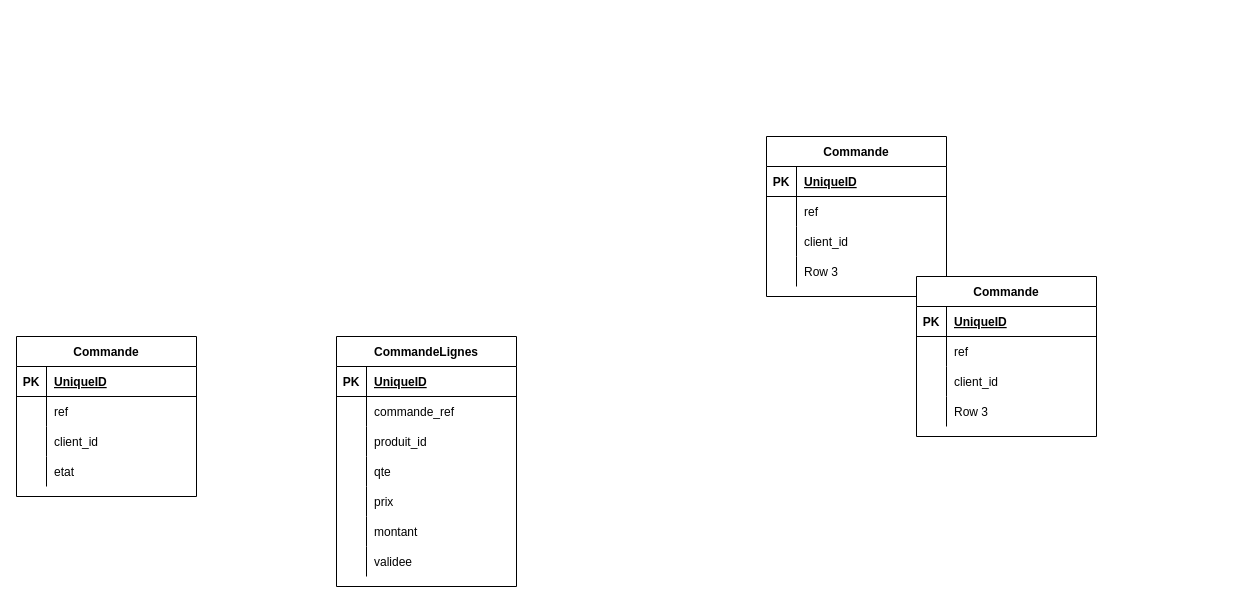
This is logistics database.drawio from hbenflouka/diagrames, a draw.io file, before an edit. Source tidied: cells renumbered, new cells numbered last; positions are measured from the earlier drawing's top-left corner, leaving out a move shared by most shapes. Both pictures are drawn from the tidied source at 100%, with x=0, y=0 at pixel (16, 136).
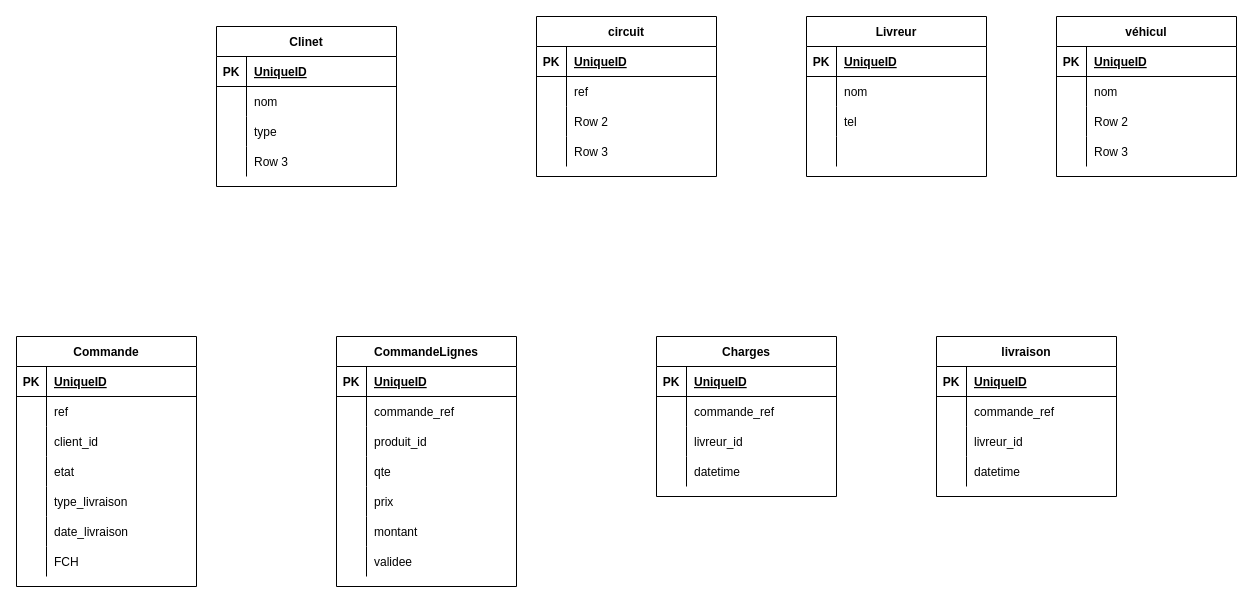
The same page after the edit.

Unchanged cells that the change refers to:
```xml
<mxCell id="19" style="shape=tableRow;horizontal=0;startSize=0;swimlaneHead=0;swimlaneBody=0;fillColor=none;top=0;left=0;right=0;bottom=0;" parent="15" vertex="1">
  <mxGeometry y="60" width="180" height="30" as="geometry" />
</mxCell>
<mxCell id="22" style="shape=tableRow;horizontal=0;startSize=0;swimlaneHead=0;swimlaneBody=0;fillColor=none;top=0;left=0;right=0;bottom=0;" parent="15" vertex="1">
  <mxGeometry y="90" width="180" height="30" as="geometry" />
</mxCell>
<mxCell id="25" style="shape=tableRow;horizontal=0;startSize=0;swimlaneHead=0;swimlaneBody=0;fillColor=none;top=0;left=0;right=0;bottom=0;" parent="15" vertex="1">
  <mxGeometry y="120" width="180" height="30" as="geometry" />
</mxCell>
<mxCell id="32" style="shape=tableRow;horizontal=0;startSize=0;swimlaneHead=0;swimlaneBody=0;fillColor=none;top=0;left=0;right=0;bottom=0;" parent="28" vertex="1">
  <mxGeometry y="60" width="180" height="30" as="geometry" />
</mxCell>
<mxCell id="35" style="shape=tableRow;horizontal=0;startSize=0;swimlaneHead=0;swimlaneBody=0;fillColor=none;top=0;left=0;right=0;bottom=0;" parent="28" vertex="1">
  <mxGeometry y="90" width="180" height="30" as="geometry" />
</mxCell>
<mxCell id="38" style="shape=tableRow;horizontal=0;startSize=0;swimlaneHead=0;swimlaneBody=0;fillColor=none;top=0;left=0;right=0;bottom=0;" parent="28" vertex="1">
  <mxGeometry y="120" width="180" height="30" as="geometry" />
</mxCell>
```

The edit, as a diff of the source:
```diff
@@
     <mxCell id="2" value="Commande" style="shape=table;startSize=30;childLayout=tableLayout;rowLines=0;fontStyle=1;align=center;" parent="1" vertex="1">
-      <mxGeometry y="200" width="180" height="160" as="geometry" />
+      <mxGeometry y="200" width="180" height="250" as="geometry" />
     </mxCell>
@@
+    <mxCell id="63" style="shape=tableRow;horizontal=0;startSize=0;swimlaneHead=0;swimlaneBody=0;fillColor=none;top=0;left=0;right=0;bottom=0;" parent="2" vertex="1">
+      <mxGeometry y="150" width="180" height="30" as="geometry" />
+    </mxCell>
+    <mxCell id="64" style="shape=partialRectangle;fillColor=none;top=0;left=0;bottom=0;right=0;overflow=hidden;" parent="63" vertex="1">
+      <mxGeometry width="30" height="30" as="geometry" />
+    </mxCell>
+    <mxCell id="65" value="type_livraison" style="shape=partialRectangle;fillColor=none;top=0;left=0;bottom=0;right=0;align=left;spacingLeft=6;overflow=hidden;" parent="63" vertex="1">
+      <mxGeometry x="30" width="150" height="30" as="geometry" />
+    </mxCell>
+    <mxCell id="66" style="shape=tableRow;horizontal=0;startSize=0;swimlaneHead=0;swimlaneBody=0;fillColor=none;top=0;left=0;right=0;bottom=0;" parent="2" vertex="1">
+      <mxGeometry y="180" width="180" height="30" as="geometry" />
+    </mxCell>
+    <mxCell id="67" style="shape=partialRectangle;fillColor=none;top=0;left=0;bottom=0;right=0;overflow=hidden;" parent="66" vertex="1">
+      <mxGeometry width="30" height="30" as="geometry" />
+    </mxCell>
+    <mxCell id="68" value="date_livraison" style="shape=partialRectangle;fillColor=none;top=0;left=0;bottom=0;right=0;align=left;spacingLeft=6;overflow=hidden;" parent="66" vertex="1">
+      <mxGeometry x="30" width="150" height="30" as="geometry" />
+    </mxCell>
+    <mxCell id="69" style="shape=tableRow;horizontal=0;startSize=0;swimlaneHead=0;swimlaneBody=0;fillColor=none;top=0;left=0;right=0;bottom=0;" parent="2" vertex="1">
+      <mxGeometry y="210" width="180" height="30" as="geometry" />
+    </mxCell>
+    <mxCell id="70" style="shape=partialRectangle;fillColor=none;top=0;left=0;bottom=0;right=0;overflow=hidden;" parent="69" vertex="1">
+      <mxGeometry width="30" height="30" as="geometry" />
+    </mxCell>
+    <mxCell id="71" value="FCH" style="shape=partialRectangle;fillColor=none;top=0;left=0;bottom=0;right=0;align=left;spacingLeft=6;overflow=hidden;" parent="69" vertex="1">
+      <mxGeometry x="30" width="150" height="30" as="geometry" />
+    </mxCell>
-    <mxCell id="15" value="Commande" style="shape=table;startSize=30;childLayout=tableLayout;rowLines=0;fontStyle=1;align=center;" parent="1" vertex="1">
-      <mxGeometry x="750" width="180" height="160" as="geometry" />
+    <mxCell id="15" value="Charges" style="shape=table;startSize=30;childLayout=tableLayout;rowLines=0;fontStyle=1;align=center;" parent="1" vertex="1">
+      <mxGeometry x="640" y="200" width="180" height="160" as="geometry" />
     </mxCell>
@@
-    <mxCell id="21" value="ref" style="shape=partialRectangle;fillColor=none;top=0;left=0;bottom=0;right=0;align=left;spacingLeft=6;overflow=hidden;" parent="19" vertex="1">
+    <mxCell id="21" value="commande_ref" style="shape=partialRectangle;fillColor=none;top=0;left=0;bottom=0;right=0;align=left;spacingLeft=6;overflow=hidden;" parent="19" vertex="1">
       <mxGeometry x="30" width="150" height="30" as="geometry" />
     </mxCell>
@@
-    <mxCell id="24" value="client_id" style="shape=partialRectangle;fillColor=none;top=0;left=0;bottom=0;right=0;align=left;spacingLeft=6;overflow=hidden;" parent="22" vertex="1">
+    <mxCell id="24" value="livreur_id" style="shape=partialRectangle;fillColor=none;top=0;left=0;bottom=0;right=0;align=left;spacingLeft=6;overflow=hidden;" parent="22" vertex="1">
       <mxGeometry x="30" width="150" height="30" as="geometry" />
     </mxCell>
@@
-    <mxCell id="27" value="Row 3" style="shape=partialRectangle;fillColor=none;top=0;left=0;bottom=0;right=0;align=left;spacingLeft=6;overflow=hidden;" parent="25" vertex="1">
+    <mxCell id="27" value="datetime" style="shape=partialRectangle;fillColor=none;top=0;left=0;bottom=0;right=0;align=left;spacingLeft=6;overflow=hidden;" parent="25" vertex="1">
       <mxGeometry x="30" width="150" height="30" as="geometry" />
     </mxCell>
-    <mxCell id="28" value="Commande" style="shape=table;startSize=30;childLayout=tableLayout;rowLines=0;fontStyle=1;align=center;" parent="1" vertex="1">
-      <mxGeometry x="900" y="140" width="180" height="160" as="geometry" />
+    <mxCell id="28" value="livraison" style="shape=table;startSize=30;childLayout=tableLayout;rowLines=0;fontStyle=1;align=center;" parent="1" vertex="1">
+      <mxGeometry x="920" y="200" width="180" height="160" as="geometry" />
     </mxCell>
@@
-    <mxCell id="34" value="ref" style="shape=partialRectangle;fillColor=none;top=0;left=0;bottom=0;right=0;align=left;spacingLeft=6;overflow=hidden;" parent="32" vertex="1">
+    <mxCell id="34" value="commande_ref" style="shape=partialRectangle;fillColor=none;top=0;left=0;bottom=0;right=0;align=left;spacingLeft=6;overflow=hidden;" parent="32" vertex="1">
       <mxGeometry x="30" width="150" height="30" as="geometry" />
     </mxCell>
@@
-    <mxCell id="37" value="client_id" style="shape=partialRectangle;fillColor=none;top=0;left=0;bottom=0;right=0;align=left;spacingLeft=6;overflow=hidden;" parent="35" vertex="1">
+    <mxCell id="37" value="livreur_id" style="shape=partialRectangle;fillColor=none;top=0;left=0;bottom=0;right=0;align=left;spacingLeft=6;overflow=hidden;" parent="35" vertex="1">
       <mxGeometry x="30" width="150" height="30" as="geometry" />
     </mxCell>
@@
-    <mxCell id="40" value="Row 3" style="shape=partialRectangle;fillColor=none;top=0;left=0;bottom=0;right=0;align=left;spacingLeft=6;overflow=hidden;" parent="38" vertex="1">
+    <mxCell id="40" value="datetime" style="shape=partialRectangle;fillColor=none;top=0;left=0;bottom=0;right=0;align=left;spacingLeft=6;overflow=hidden;" parent="38" vertex="1">
       <mxGeometry x="30" width="150" height="30" as="geometry" />
     </mxCell>
@@
+    <mxCell id="72" value="Clinet" style="shape=table;startSize=30;childLayout=tableLayout;rowLines=0;fontStyle=1;align=center;" parent="1" vertex="1">
+      <mxGeometry x="200" y="-110" width="180" height="160" as="geometry" />
+    </mxCell>
+    <mxCell id="73" style="shape=tableRow;horizontal=0;startSize=0;swimlaneHead=0;swimlaneBody=0;fillColor=none;top=0;left=0;right=0;bottom=1;" parent="72" vertex="1">
+      <mxGeometry y="30" width="180" height="30" as="geometry" />
+    </mxCell>
+    <mxCell id="74" value="PK" style="shape=partialRectangle;fillColor=none;top=0;left=0;bottom=0;right=0;fontStyle=1;overflow=hidden;" parent="73" vertex="1">
+      <mxGeometry width="30" height="30" as="geometry" />
+    </mxCell>
+    <mxCell id="75" value="UniqueID" style="shape=partialRectangle;fillColor=none;top=0;left=0;bottom=0;right=0;align=left;spacingLeft=6;fontStyle=5;overflow=hidden;" parent="73" vertex="1">
+      <mxGeometry x="30" width="150" height="30" as="geometry" />
+    </mxCell>
+    <mxCell id="76" style="shape=tableRow;horizontal=0;startSize=0;swimlaneHead=0;swimlaneBody=0;fillColor=none;top=0;left=0;right=0;bottom=0;" parent="72" vertex="1">
+      <mxGeometry y="60" width="180" height="30" as="geometry" />
+    </mxCell>
+    <mxCell id="77" style="shape=partialRectangle;fillColor=none;top=0;left=0;bottom=0;right=0;overflow=hidden;" parent="76" vertex="1">
+      <mxGeometry width="30" height="30" as="geometry" />
+    </mxCell>
+    <mxCell id="78" value="nom" style="shape=partialRectangle;fillColor=none;top=0;left=0;bottom=0;right=0;align=left;spacingLeft=6;overflow=hidden;" parent="76" vertex="1">
+      <mxGeometry x="30" width="150" height="30" as="geometry" />
+    </mxCell>
+    <mxCell id="79" style="shape=tableRow;horizontal=0;startSize=0;swimlaneHead=0;swimlaneBody=0;fillColor=none;top=0;left=0;right=0;bottom=0;" parent="72" vertex="1">
+      <mxGeometry y="90" width="180" height="30" as="geometry" />
+    </mxCell>
+    <mxCell id="80" style="shape=partialRectangle;fillColor=none;top=0;left=0;bottom=0;right=0;overflow=hidden;" parent="79" vertex="1">
+      <mxGeometry width="30" height="30" as="geometry" />
+    </mxCell>
+    <mxCell id="81" value="type" style="shape=partialRectangle;fillColor=none;top=0;left=0;bottom=0;right=0;align=left;spacingLeft=6;overflow=hidden;" parent="79" vertex="1">
+      <mxGeometry x="30" width="150" height="30" as="geometry" />
+    </mxCell>
+    <mxCell id="82" style="shape=tableRow;horizontal=0;startSize=0;swimlaneHead=0;swimlaneBody=0;fillColor=none;top=0;left=0;right=0;bottom=0;" parent="72" vertex="1">
+      <mxGeometry y="120" width="180" height="30" as="geometry" />
+    </mxCell>
+    <mxCell id="83" style="shape=partialRectangle;fillColor=none;top=0;left=0;bottom=0;right=0;overflow=hidden;" parent="82" vertex="1">
+      <mxGeometry width="30" height="30" as="geometry" />
+    </mxCell>
+    <mxCell id="84" value="Row 3" style="shape=partialRectangle;fillColor=none;top=0;left=0;bottom=0;right=0;align=left;spacingLeft=6;overflow=hidden;" parent="82" vertex="1">
+      <mxGeometry x="30" width="150" height="30" as="geometry" />
+    </mxCell>
+    <mxCell id="85" value="circuit" style="shape=table;startSize=30;childLayout=tableLayout;rowLines=0;fontStyle=1;align=center;" parent="1" vertex="1">
+      <mxGeometry x="520" y="-120" width="180" height="160" as="geometry" />
+    </mxCell>
+    <mxCell id="86" style="shape=tableRow;horizontal=0;startSize=0;swimlaneHead=0;swimlaneBody=0;fillColor=none;top=0;left=0;right=0;bottom=1;" parent="85" vertex="1">
+      <mxGeometry y="30" width="180" height="30" as="geometry" />
+    </mxCell>
+    <mxCell id="87" value="PK" style="shape=partialRectangle;fillColor=none;top=0;left=0;bottom=0;right=0;fontStyle=1;overflow=hidden;" parent="86" vertex="1">
+      <mxGeometry width="30" height="30" as="geometry" />
+    </mxCell>
+    <mxCell id="88" value="UniqueID" style="shape=partialRectangle;fillColor=none;top=0;left=0;bottom=0;right=0;align=left;spacingLeft=6;fontStyle=5;overflow=hidden;" parent="86" vertex="1">
+      <mxGeometry x="30" width="150" height="30" as="geometry" />
+    </mxCell>
+    <mxCell id="89" style="shape=tableRow;horizontal=0;startSize=0;swimlaneHead=0;swimlaneBody=0;fillColor=none;top=0;left=0;right=0;bottom=0;" parent="85" vertex="1">
+      <mxGeometry y="60" width="180" height="30" as="geometry" />
+    </mxCell>
+    <mxCell id="90" style="shape=partialRectangle;fillColor=none;top=0;left=0;bottom=0;right=0;overflow=hidden;" parent="89" vertex="1">
+      <mxGeometry width="30" height="30" as="geometry" />
+    </mxCell>
+    <mxCell id="91" value="ref" style="shape=partialRectangle;fillColor=none;top=0;left=0;bottom=0;right=0;align=left;spacingLeft=6;overflow=hidden;" parent="89" vertex="1">
+      <mxGeometry x="30" width="150" height="30" as="geometry" />
+    </mxCell>
+    <mxCell id="92" style="shape=tableRow;horizontal=0;startSize=0;swimlaneHead=0;swimlaneBody=0;fillColor=none;top=0;left=0;right=0;bottom=0;" parent="85" vertex="1">
+      <mxGeometry y="90" width="180" height="30" as="geometry" />
+    </mxCell>
+    <mxCell id="93" style="shape=partialRectangle;fillColor=none;top=0;left=0;bottom=0;right=0;overflow=hidden;" parent="92" vertex="1">
+      <mxGeometry width="30" height="30" as="geometry" />
+    </mxCell>
+    <mxCell id="94" value="Row 2" style="shape=partialRectangle;fillColor=none;top=0;left=0;bottom=0;right=0;align=left;spacingLeft=6;overflow=hidden;" parent="92" vertex="1">
+      <mxGeometry x="30" width="150" height="30" as="geometry" />
+    </mxCell>
+    <mxCell id="95" style="shape=tableRow;horizontal=0;startSize=0;swimlaneHead=0;swimlaneBody=0;fillColor=none;top=0;left=0;right=0;bottom=0;" parent="85" vertex="1">
+      <mxGeometry y="120" width="180" height="30" as="geometry" />
+    </mxCell>
+    <mxCell id="96" style="shape=partialRectangle;fillColor=none;top=0;left=0;bottom=0;right=0;overflow=hidden;" parent="95" vertex="1">
+      <mxGeometry width="30" height="30" as="geometry" />
+    </mxCell>
+    <mxCell id="97" value="Row 3" style="shape=partialRectangle;fillColor=none;top=0;left=0;bottom=0;right=0;align=left;spacingLeft=6;overflow=hidden;" parent="95" vertex="1">
+      <mxGeometry x="30" width="150" height="30" as="geometry" />
+    </mxCell>
+    <mxCell id="98" value="Livreur" style="shape=table;startSize=30;childLayout=tableLayout;rowLines=0;fontStyle=1;align=center;" parent="1" vertex="1">
+      <mxGeometry x="790" y="-120" width="180" height="160" as="geometry" />
+    </mxCell>
+    <mxCell id="99" style="shape=tableRow;horizontal=0;startSize=0;swimlaneHead=0;swimlaneBody=0;fillColor=none;top=0;left=0;right=0;bottom=1;" parent="98" vertex="1">
+      <mxGeometry y="30" width="180" height="30" as="geometry" />
+    </mxCell>
+    <mxCell id="100" value="PK" style="shape=partialRectangle;fillColor=none;top=0;left=0;bottom=0;right=0;fontStyle=1;overflow=hidden;" parent="99" vertex="1">
+      <mxGeometry width="30" height="30" as="geometry" />
+    </mxCell>
+    <mxCell id="101" value="UniqueID" style="shape=partialRectangle;fillColor=none;top=0;left=0;bottom=0;right=0;align=left;spacingLeft=6;fontStyle=5;overflow=hidden;" parent="99" vertex="1">
+      <mxGeometry x="30" width="150" height="30" as="geometry" />
+    </mxCell>
+    <mxCell id="102" style="shape=tableRow;horizontal=0;startSize=0;swimlaneHead=0;swimlaneBody=0;fillColor=none;top=0;left=0;right=0;bottom=0;" parent="98" vertex="1">
+      <mxGeometry y="60" width="180" height="30" as="geometry" />
+    </mxCell>
+    <mxCell id="103" style="shape=partialRectangle;fillColor=none;top=0;left=0;bottom=0;right=0;overflow=hidden;" parent="102" vertex="1">
+      <mxGeometry width="30" height="30" as="geometry" />
+    </mxCell>
+    <mxCell id="104" value="nom" style="shape=partialRectangle;fillColor=none;top=0;left=0;bottom=0;right=0;align=left;spacingLeft=6;overflow=hidden;" parent="102" vertex="1">
+      <mxGeometry x="30" width="150" height="30" as="geometry" />
+    </mxCell>
+    <mxCell id="105" style="shape=tableRow;horizontal=0;startSize=0;swimlaneHead=0;swimlaneBody=0;fillColor=none;top=0;left=0;right=0;bottom=0;" parent="98" vertex="1">
+      <mxGeometry y="90" width="180" height="30" as="geometry" />
+    </mxCell>
+    <mxCell id="106" style="shape=partialRectangle;fillColor=none;top=0;left=0;bottom=0;right=0;overflow=hidden;" parent="105" vertex="1">
+      <mxGeometry width="30" height="30" as="geometry" />
+    </mxCell>
+    <mxCell id="107" value="tel" style="shape=partialRectangle;fillColor=none;top=0;left=0;bottom=0;right=0;align=left;spacingLeft=6;overflow=hidden;" parent="105" vertex="1">
+      <mxGeometry x="30" width="150" height="30" as="geometry" />
+    </mxCell>
+    <mxCell id="108" style="shape=tableRow;horizontal=0;startSize=0;swimlaneHead=0;swimlaneBody=0;fillColor=none;top=0;left=0;right=0;bottom=0;" parent="98" vertex="1">
+      <mxGeometry y="120" width="180" height="30" as="geometry" />
+    </mxCell>
+    <mxCell id="109" style="shape=partialRectangle;fillColor=none;top=0;left=0;bottom=0;right=0;overflow=hidden;" parent="108" vertex="1">
+      <mxGeometry width="30" height="30" as="geometry" />
+    </mxCell>
+    <mxCell id="110" style="shape=partialRectangle;fillColor=none;top=0;left=0;bottom=0;right=0;align=left;spacingLeft=6;overflow=hidden;" parent="108" vertex="1">
+      <mxGeometry x="30" width="150" height="30" as="geometry" />
+    </mxCell>
+    <mxCell id="111" value="véhicul" style="shape=table;startSize=30;childLayout=tableLayout;rowLines=0;fontStyle=1;align=center;" parent="1" vertex="1">
+      <mxGeometry x="1040" y="-120" width="180" height="160" as="geometry" />
+    </mxCell>
+    <mxCell id="112" style="shape=tableRow;horizontal=0;startSize=0;swimlaneHead=0;swimlaneBody=0;fillColor=none;top=0;left=0;right=0;bottom=1;" parent="111" vertex="1">
+      <mxGeometry y="30" width="180" height="30" as="geometry" />
+    </mxCell>
+    <mxCell id="113" value="PK" style="shape=partialRectangle;fillColor=none;top=0;left=0;bottom=0;right=0;fontStyle=1;overflow=hidden;" parent="112" vertex="1">
+      <mxGeometry width="30" height="30" as="geometry" />
+    </mxCell>
+    <mxCell id="114" value="UniqueID" style="shape=partialRectangle;fillColor=none;top=0;left=0;bottom=0;right=0;align=left;spacingLeft=6;fontStyle=5;overflow=hidden;" parent="112" vertex="1">
+      <mxGeometry x="30" width="150" height="30" as="geometry" />
+    </mxCell>
+    <mxCell id="115" style="shape=tableRow;horizontal=0;startSize=0;swimlaneHead=0;swimlaneBody=0;fillColor=none;top=0;left=0;right=0;bottom=0;" parent="111" vertex="1">
+      <mxGeometry y="60" width="180" height="30" as="geometry" />
+    </mxCell>
+    <mxCell id="116" style="shape=partialRectangle;fillColor=none;top=0;left=0;bottom=0;right=0;overflow=hidden;" parent="115" vertex="1">
+      <mxGeometry width="30" height="30" as="geometry" />
+    </mxCell>
+    <mxCell id="117" value="nom" style="shape=partialRectangle;fillColor=none;top=0;left=0;bottom=0;right=0;align=left;spacingLeft=6;overflow=hidden;" parent="115" vertex="1">
+      <mxGeometry x="30" width="150" height="30" as="geometry" />
+    </mxCell>
+    <mxCell id="118" style="shape=tableRow;horizontal=0;startSize=0;swimlaneHead=0;swimlaneBody=0;fillColor=none;top=0;left=0;right=0;bottom=0;" parent="111" vertex="1">
+      <mxGeometry y="90" width="180" height="30" as="geometry" />
+    </mxCell>
+    <mxCell id="119" style="shape=partialRectangle;fillColor=none;top=0;left=0;bottom=0;right=0;overflow=hidden;" parent="118" vertex="1">
+      <mxGeometry width="30" height="30" as="geometry" />
+    </mxCell>
+    <mxCell id="120" value="Row 2" style="shape=partialRectangle;fillColor=none;top=0;left=0;bottom=0;right=0;align=left;spacingLeft=6;overflow=hidden;" parent="118" vertex="1">
+      <mxGeometry x="30" width="150" height="30" as="geometry" />
+    </mxCell>
+    <mxCell id="121" style="shape=tableRow;horizontal=0;startSize=0;swimlaneHead=0;swimlaneBody=0;fillColor=none;top=0;left=0;right=0;bottom=0;" parent="111" vertex="1">
+      <mxGeometry y="120" width="180" height="30" as="geometry" />
+    </mxCell>
+    <mxCell id="122" style="shape=partialRectangle;fillColor=none;top=0;left=0;bottom=0;right=0;overflow=hidden;" parent="121" vertex="1">
+      <mxGeometry width="30" height="30" as="geometry" />
+    </mxCell>
+    <mxCell id="123" value="Row 3" style="shape=partialRectangle;fillColor=none;top=0;left=0;bottom=0;right=0;align=left;spacingLeft=6;overflow=hidden;" parent="121" vertex="1">
+      <mxGeometry x="30" width="150" height="30" as="geometry" />
+    </mxCell>
```
